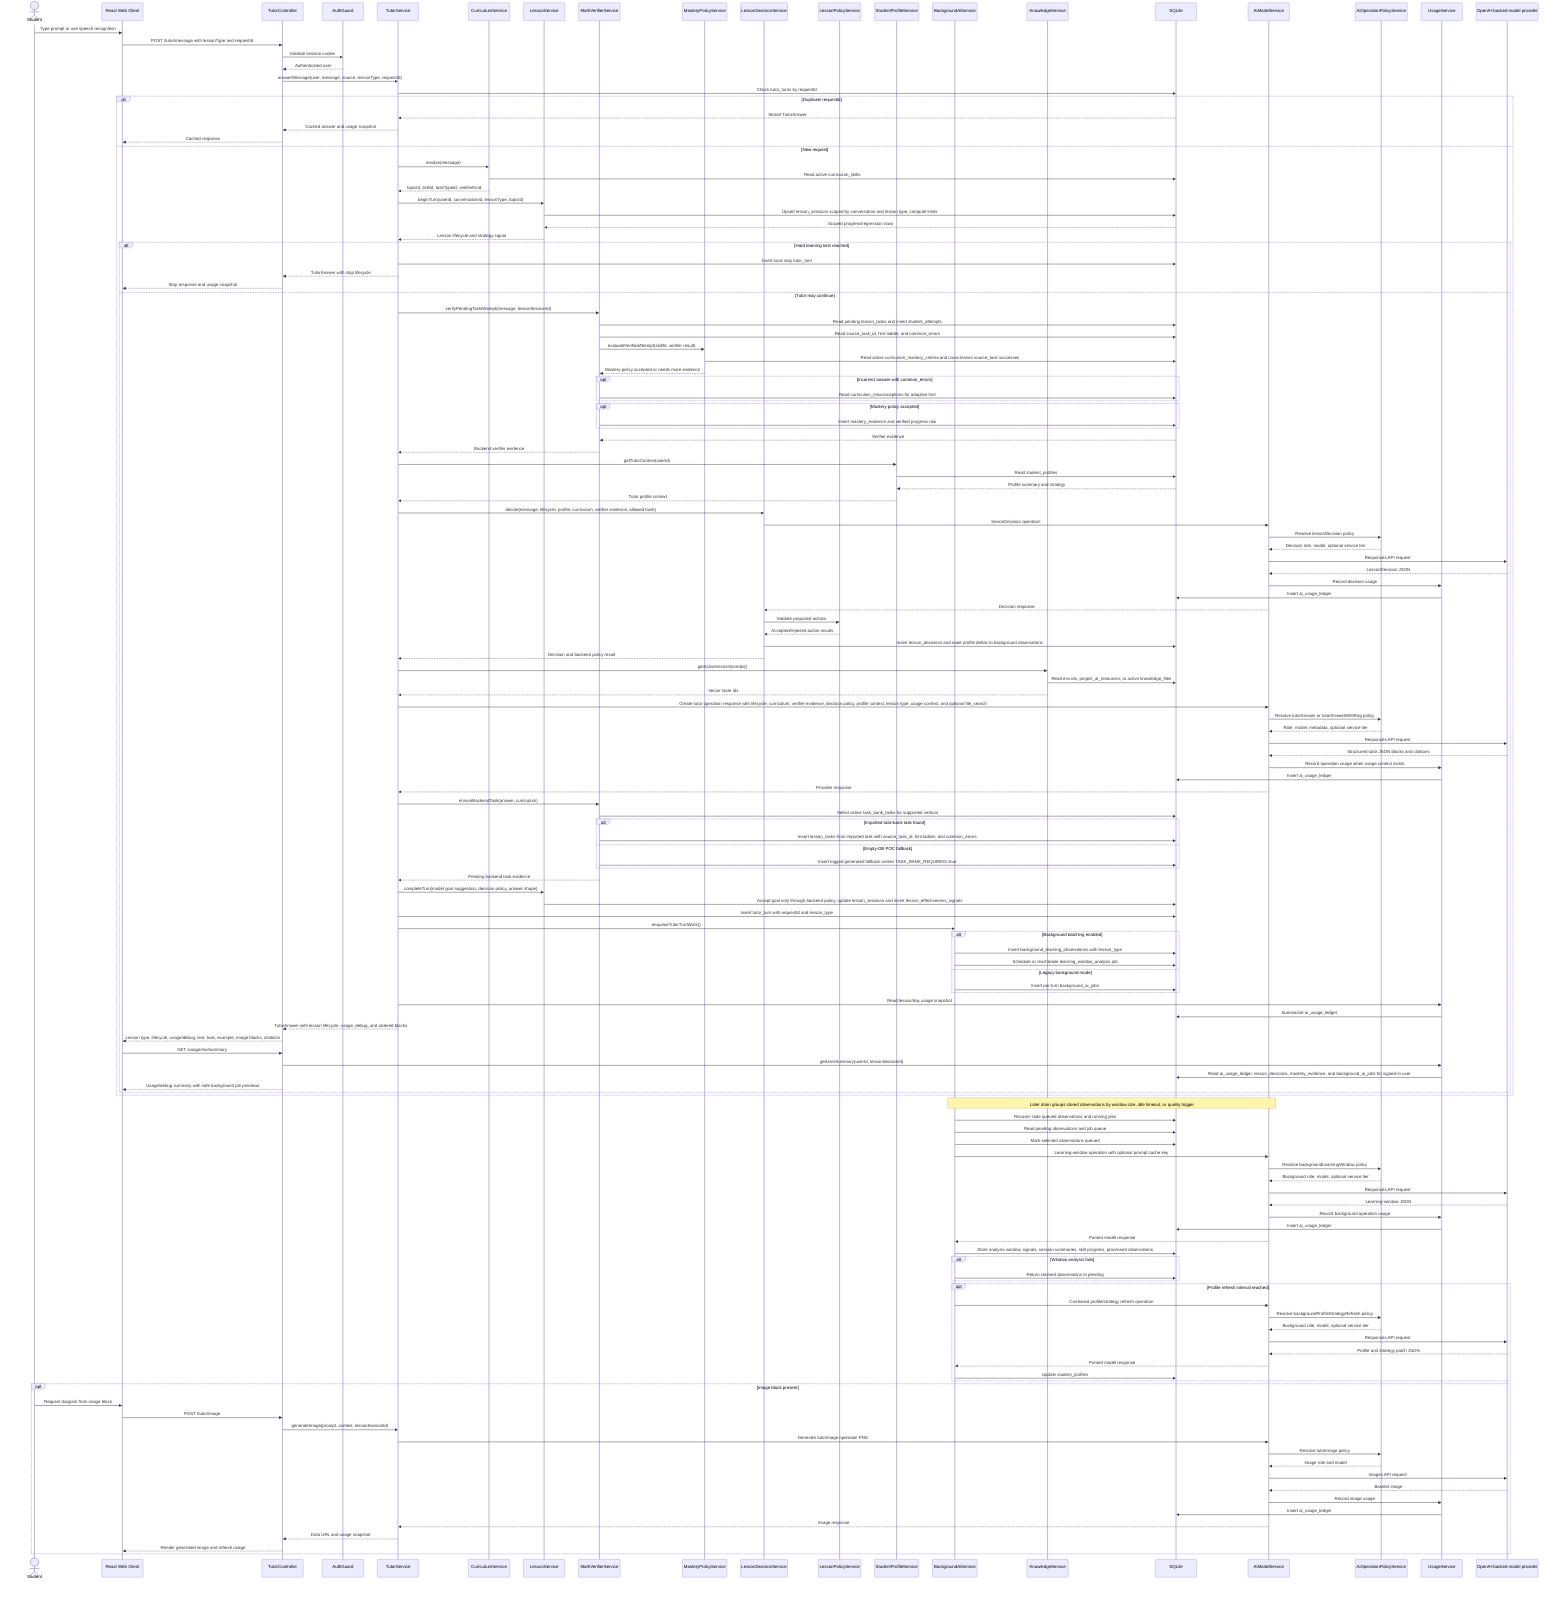
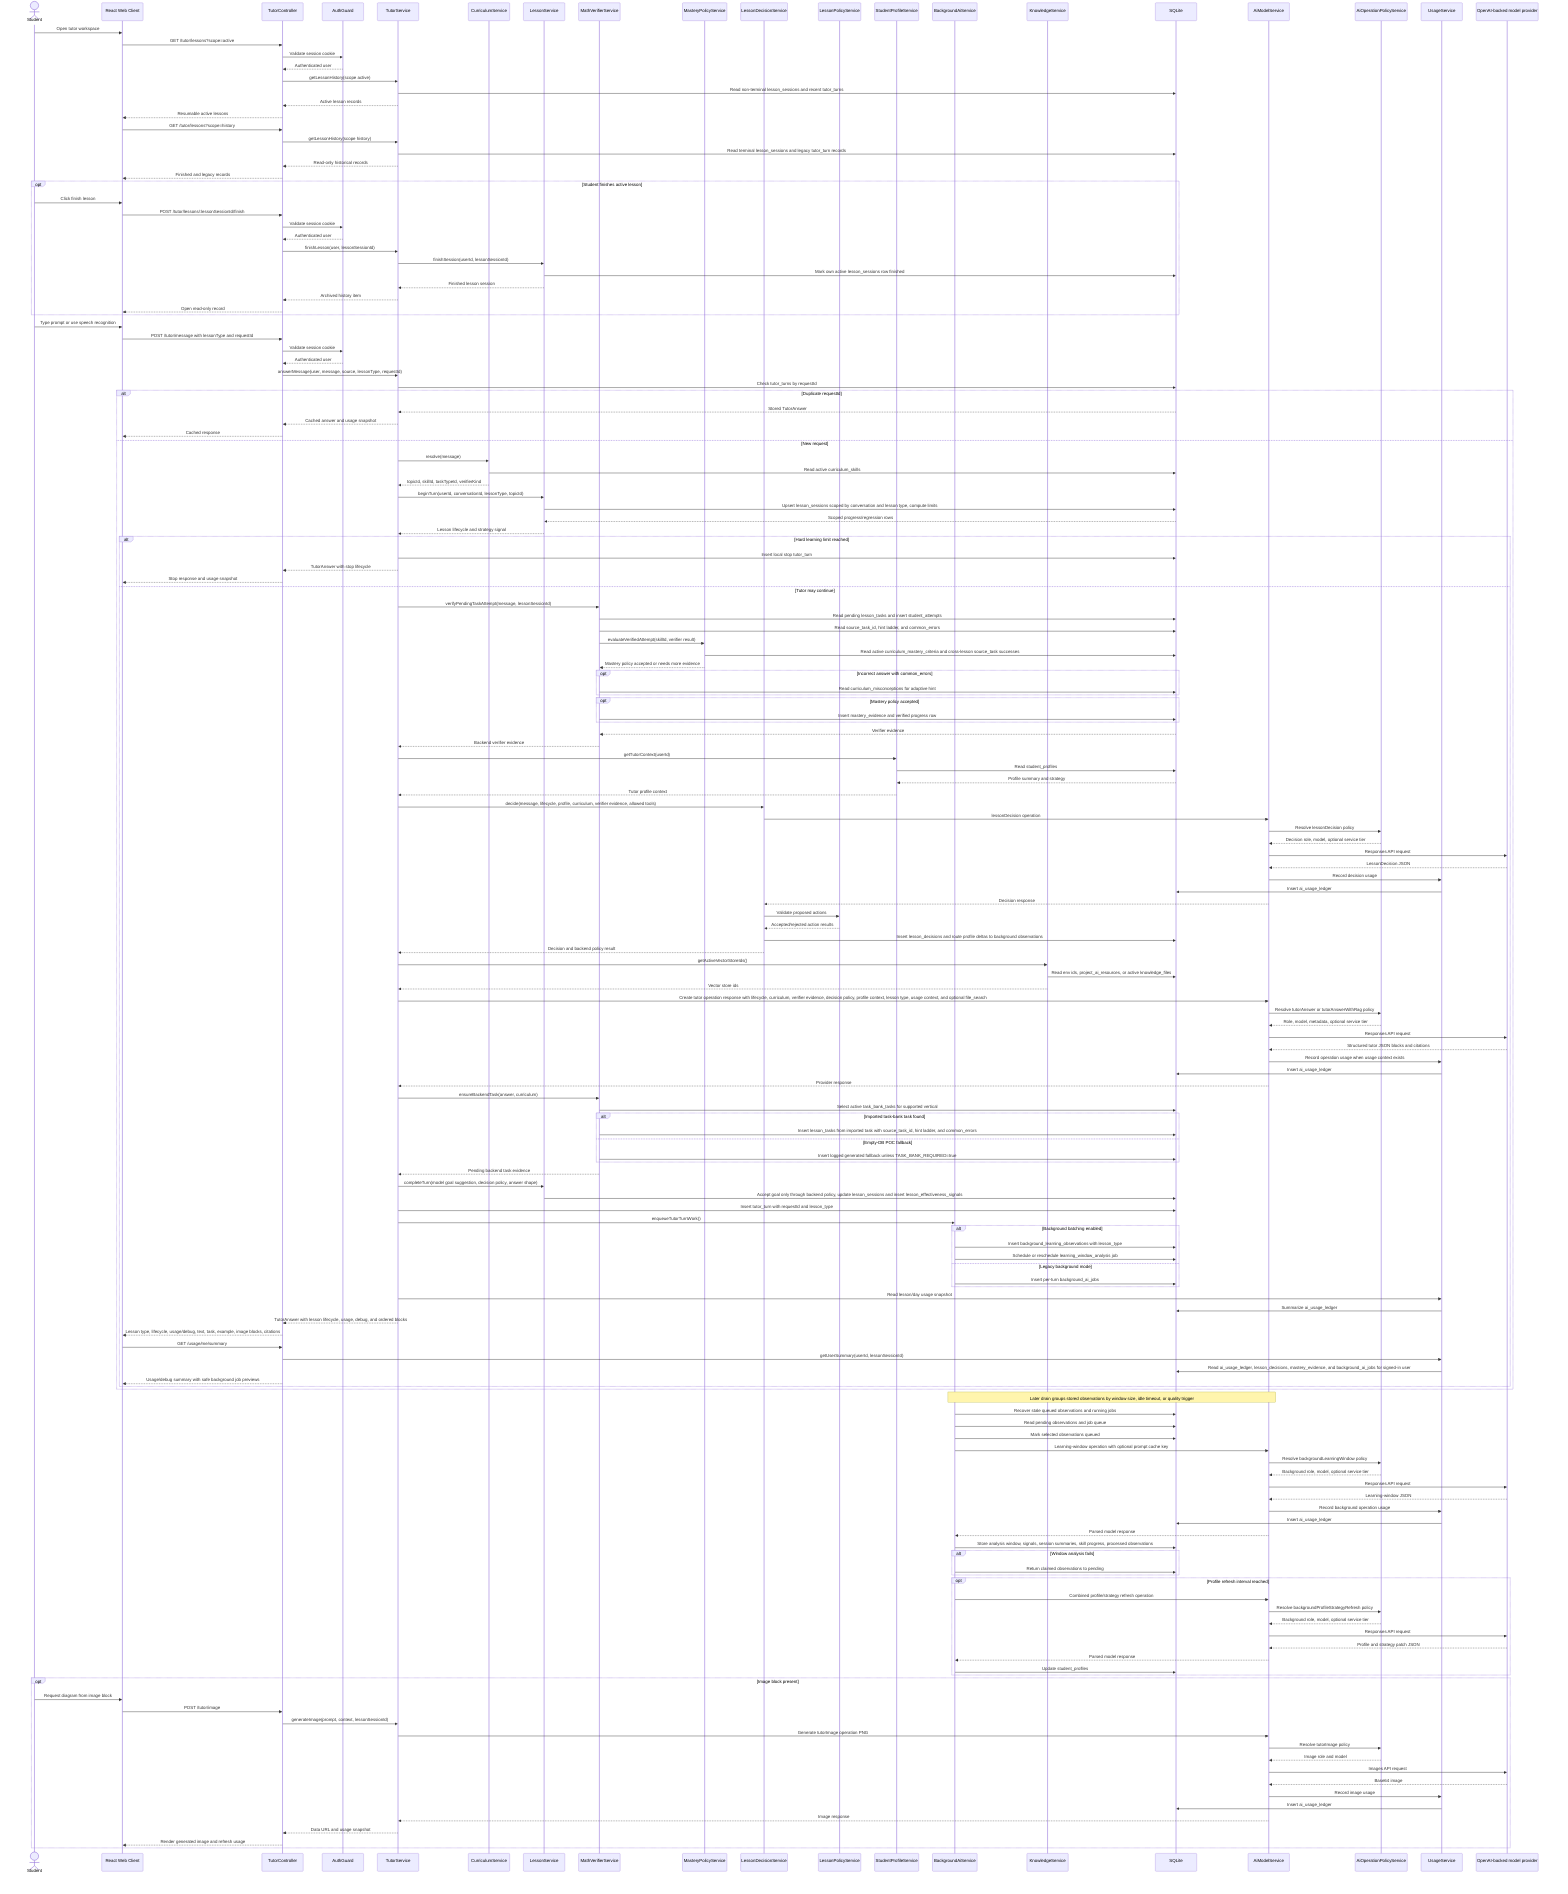
sequenceDiagram
  actor Student
  participant Web as React Web Client
  participant API as TutorController
  participant Auth as AuthGuard
  participant Tutor as TutorService
  participant Curriculum as CurriculumService
  participant Lesson as LessonService
  participant Verifier as MathVerifierService
  participant MasteryPolicy as MasteryPolicyService
  participant Decision as LessonDecisionService
  participant LessonPolicy as LessonPolicyService
  participant Profile as StudentProfileService
  participant Background as BackgroundAiService
  participant Knowledge as KnowledgeService
  participant DB as SQLite
  participant AIModel as AiModelService
  participant Policy as AiOperationPolicyService
  participant Usage as UsageService
  participant OpenAI as OpenAI-backed model provider
+ 
+   Student->>Web: Open tutor workspace
+   Web->>API: GET /tutor/lessons?scope=active
+   API->>Auth: Validate session cookie
+   Auth-->>API: Authenticated user
+   API->>Tutor: getLessonHistory(scope active)
+   Tutor->>DB: Read non-terminal lesson_sessions and recent tutor_turns
+   Tutor-->>API: Active lesson records
+   API-->>Web: Resumable active lessons
+   Web->>API: GET /tutor/lessons?scope=history
+   API->>Tutor: getLessonHistory(scope history)
+   Tutor->>DB: Read terminal lesson_sessions and legacy tutor_turn records
+   Tutor-->>API: Read-only historical records
+   API-->>Web: Finished and legacy records
+   opt Student finishes active lesson
+     Student->>Web: Click finish lesson
+     Web->>API: POST /tutor/lessons/:lessonSessionId/finish
+     API->>Auth: Validate session cookie
+     Auth-->>API: Authenticated user
+     API->>Tutor: finishLesson(user, lessonSessionId)
+     Tutor->>Lesson: finishSession(userId, lessonSessionId)
+     Lesson->>DB: Mark own active lesson_sessions row finished
+     Lesson-->>Tutor: Finished lesson session
+     Tutor-->>API: Archived history item
+     API-->>Web: Open read-only record
+   end

  Student->>Web: Type prompt or use speech recognition
  Web->>API: POST /tutor/message with lessonType and requestId
  API->>Auth: Validate session cookie
  Auth-->>API: Authenticated user
  API->>Tutor: answerMessage(user, message, source, lessonType, requestId)
  Tutor->>DB: Check tutor_turns by requestId
  alt Duplicate requestId
    DB-->>Tutor: Stored TutorAnswer
    Tutor-->>API: Cached answer and usage snapshot
    API-->>Web: Cached response
  else New request
  Tutor->>Curriculum: resolve(message)
  Curriculum->>DB: Read active curriculum_skills
  Curriculum-->>Tutor: topicId, skillId, taskTypeId, verifierKind
  Tutor->>Lesson: beginTurn(userId, conversationId, lessonType, topicId)
  Lesson->>DB: Upsert lesson_sessions scoped by conversation and lesson type, compute limits
  DB-->>Lesson: Scoped progress/regression rows
  Lesson-->>Tutor: Lesson lifecycle and strategy signal
  alt Hard learning limit reached
    Tutor->>DB: Insert local stop tutor_turn
    Tutor-->>API: TutorAnswer with stop lifecycle
    API-->>Web: Stop response and usage snapshot
  else Tutor may continue
  Tutor->>Verifier: verifyPendingTaskAttempt(message, lessonSessionId)
  Verifier->>DB: Read pending lesson_tasks and insert student_attempts
  Verifier->>DB: Read source_task_id, hint ladder, and common_errors
  Verifier->>MasteryPolicy: evaluateVerifiedAttempt(skillId, verifier result)
  MasteryPolicy->>DB: Read active curriculum_mastery_criteria and cross-lesson source_task successes
  MasteryPolicy-->>Verifier: Mastery policy accepted or needs more evidence
  opt Incorrect answer with common_errors
    Verifier->>DB: Read curriculum_misconceptions for adaptive hint
  end
  opt Mastery policy accepted
    Verifier->>DB: Insert mastery_evidence and verified progress row
  end
  DB-->>Verifier: Verifier evidence
  Verifier-->>Tutor: Backend verifier evidence
  Tutor->>Profile: getTutorContext(userId)
  Profile->>DB: Read student_profiles
  DB-->>Profile: Profile summary and strategy
  Profile-->>Tutor: Tutor profile context
  Tutor->>Decision: decide(message, lifecycle, profile, curriculum, verifier evidence, allowed tools)
  Decision->>AIModel: lessonDecision operation
  AIModel->>Policy: Resolve lessonDecision policy
  Policy-->>AIModel: Decision role, model, optional service tier
  AIModel->>OpenAI: Responses API request
  OpenAI-->>AIModel: LessonDecision JSON
  AIModel->>Usage: Record decision usage
  Usage->>DB: Insert ai_usage_ledger
  AIModel-->>Decision: Decision response
  Decision->>LessonPolicy: Validate proposed actions
  LessonPolicy-->>Decision: Accepted/rejected action results
  Decision->>DB: Insert lesson_decisions and route profile deltas to background observations
  Decision-->>Tutor: Decision and backend policy result
  Tutor->>Knowledge: getActiveVectorStoreIds()
  Knowledge->>DB: Read env ids, project_ai_resources, or active knowledge_files
  Knowledge-->>Tutor: Vector store ids
  Tutor->>AIModel: Create tutor operation response with lifecycle, curriculum, verifier evidence, decision policy, profile context, lesson type, usage context, and optional file_search
  AIModel->>Policy: Resolve tutorAnswer or tutorAnswerWithRag policy
  Policy-->>AIModel: Role, model, metadata, optional service tier
  AIModel->>OpenAI: Responses API request
  OpenAI-->>AIModel: Structured tutor JSON blocks and citations
  AIModel->>Usage: Record operation usage when usage context exists
  Usage->>DB: Insert ai_usage_ledger
  AIModel-->>Tutor: Provider response
  Tutor->>Verifier: ensureBackendTask(answer, curriculum)
  Verifier->>DB: Select active task_bank_tasks for supported vertical
  alt Imported task-bank task found
    Verifier->>DB: Insert lesson_tasks from imported task with source_task_id, hint ladder, and common_errors
  else Empty-DB POC fallback
    Verifier->>DB: Insert logged generated fallback unless TASK_BANK_REQUIRED=true
  end
  Verifier-->>Tutor: Pending backend task evidence
  Tutor->>Lesson: completeTurn(model goal suggestion, decision policy, answer shape)
  Lesson->>DB: Accept goal only through backend policy, update lesson_sessions and insert lesson_effectiveness_signals
  Tutor->>DB: Insert tutor_turn with requestId and lesson_type
  Tutor->>Background: enqueueTutorTurnWork()
  alt Background batching enabled
    Background->>DB: Insert background_learning_observations with lesson_type
    Background->>DB: Schedule or reschedule learning_window_analysis job
  else Legacy background mode
    Background->>DB: Insert per-turn background_ai_jobs
  end
  Tutor->>Usage: Read lesson/day usage snapshot
  Usage->>DB: Summarize ai_usage_ledger
  Tutor-->>API: TutorAnswer with lesson lifecycle, usage, debug, and ordered blocks
  API-->>Web: Lesson type, lifecycle, usage/debug, text, task, example, image blocks, citations
  Web->>API: GET /usage/me/summary
  API->>Usage: getUserSummary(userId, lessonSessionId)
  Usage->>DB: Read ai_usage_ledger, lesson_decisions, mastery_evidence, and background_ai_jobs for signed-in user
  API-->>Web: Usage/debug summary with safe background job previews
  end
  end
  Note over Background,AIModel: Later drain groups stored observations by window size, idle timeout, or quality trigger
  Background->>DB: Recover stale queued observations and running jobs
  Background->>DB: Read pending observations and job queue
  Background->>DB: Mark selected observations queued
  Background->>AIModel: Learning-window operation with optional prompt cache key
  AIModel->>Policy: Resolve backgroundLearningWindow policy
  Policy-->>AIModel: Background role, model, optional service tier
  AIModel->>OpenAI: Responses API request
  OpenAI-->>AIModel: Learning-window JSON
  AIModel->>Usage: Record background operation usage
  Usage->>DB: Insert ai_usage_ledger
  AIModel-->>Background: Parsed model response
  Background->>DB: Store analysis window, signals, session summaries, skill progress, processed observations
  alt Window analysis fails
    Background->>DB: Return claimed observations to pending
  end
  opt Profile refresh interval reached
    Background->>AIModel: Combined profile/strategy refresh operation
    AIModel->>Policy: Resolve backgroundProfileStrategyRefresh policy
    Policy-->>AIModel: Background role, model, optional service tier
    AIModel->>OpenAI: Responses API request
    OpenAI-->>AIModel: Profile and strategy patch JSON
    AIModel-->>Background: Parsed model response
    Background->>DB: Update student_profiles
  end
  opt Image block present
    Student->>Web: Request diagram from image block
    Web->>API: POST /tutor/image
    API->>Tutor: generateImage(prompt, context, lessonSessionId)
    Tutor->>AIModel: Generate tutorImage operation PNG
    AIModel->>Policy: Resolve tutorImage policy
    Policy-->>AIModel: Image role and model
    AIModel->>OpenAI: Images API request
    OpenAI-->>AIModel: Base64 image
    AIModel->>Usage: Record image usage
    Usage->>DB: Insert ai_usage_ledger
    AIModel-->>Tutor: Image response
    Tutor-->>API: Data URL and usage snapshot
    API-->>Web: Render generated image and refresh usage
  end
